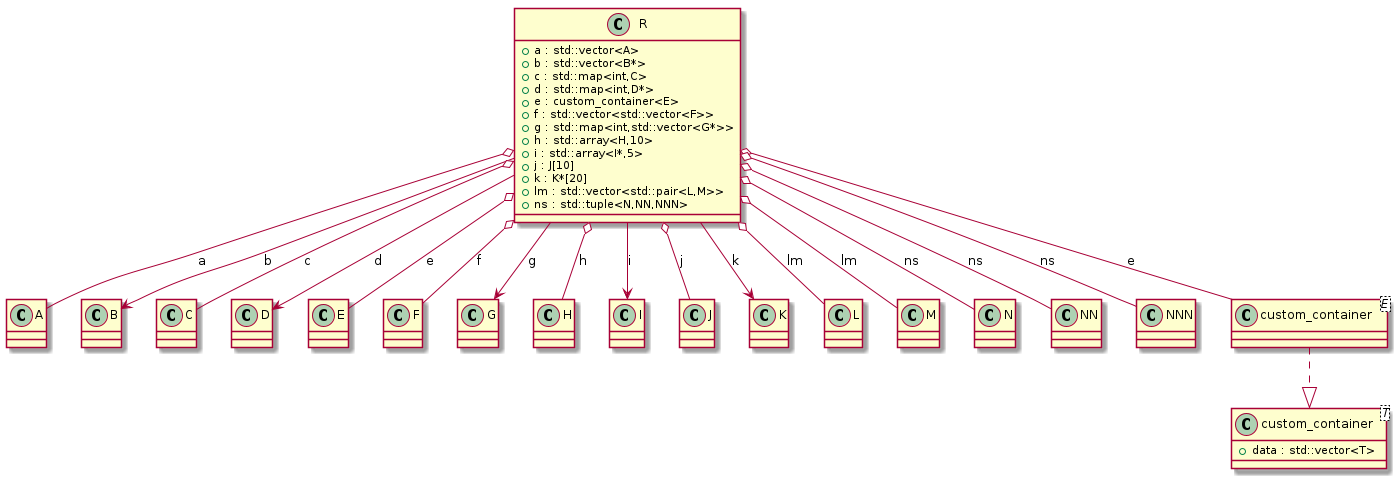
Before: docs/test_cases/t00006_class.png, a diagram exported from PlantUML (bkryza/clang-uml). The source it was exported from:
```plantuml
@startuml
class "A" as C_0000000045

class "B" as C_0000000047

class "C" as C_0000000049

class "D" as C_0000000051

class "E" as C_0000000053

class "F" as C_0000000055

class "G" as C_0000000057

class "H" as C_0000000059

class "I" as C_0000000061

class "J" as C_0000000063

class "K" as C_0000000065

class "L" as C_0000000067

class "M" as C_0000000069

class "N" as C_0000000071

class "NN" as C_0000000073

class "NNN" as C_0000000075

class "custom_container<T>" as C_0000000077

class "custom_container<E>" as C_0000000080

class "R" as C_0000000079

class C_0000000045 {
}

class C_0000000047 {
}

class C_0000000049 {
}

class C_0000000051 {
}

class C_0000000053 {
}

class C_0000000055 {
}

class C_0000000057 {
}

class C_0000000059 {
}

class C_0000000061 {
}

class C_0000000063 {
}

class C_0000000065 {
}

class C_0000000067 {
}

class C_0000000069 {
}

class C_0000000071 {
}

class C_0000000073 {
}

class C_0000000075 {
}

class C_0000000077 {
+data : std::vector<T>
}

class C_0000000080 {
}
C_0000000080 ..|> C_0000000077

class C_0000000079 {
+a : std::vector<A>
+b : std::vector<B*>
+c : std::map<int,C>
+d : std::map<int,D*>
+e : custom_container<E>
+f : std::vector<std::vector<F>>
+g : std::map<int,std::vector<G*>>
+h : std::array<H,10>
+i : std::array<I*,5>
+j : J[10]
+k : K*[20]
+lm : std::vector<std::pair<L,M>>
+ns : std::tuple<N,NN,NNN>
}
C_0000000079 o-- C_0000000045 : a
C_0000000079 --> C_0000000047 : b
C_0000000079 o-- C_0000000049 : c
C_0000000079 --> C_0000000051 : d
C_0000000079 o-- C_0000000080 : e
C_0000000079 o-- C_0000000053 : e
C_0000000079 o-- C_0000000055 : f
C_0000000079 --> C_0000000057 : g
C_0000000079 o-- C_0000000059 : h
C_0000000079 --> C_0000000061 : i
C_0000000079 o-- C_0000000063 : j
C_0000000079 --> C_0000000065 : k
C_0000000079 o-- C_0000000067 : lm
C_0000000079 o-- C_0000000069 : lm
C_0000000079 o-- C_0000000071 : ns
C_0000000079 o-- C_0000000073 : ns
C_0000000079 o-- C_0000000075 : ns

@enduml
```
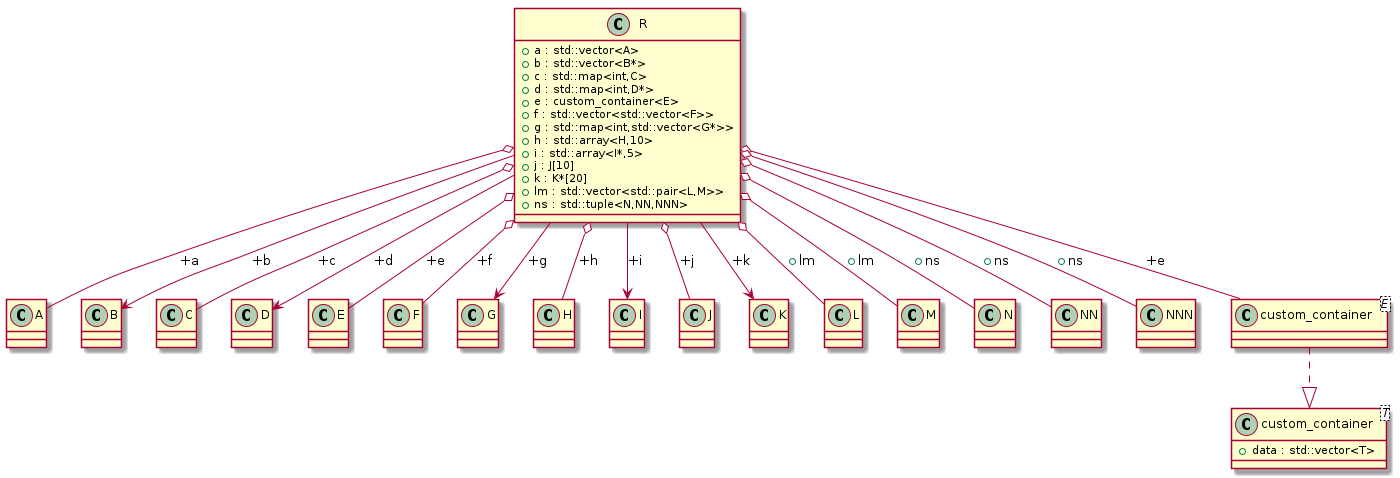
Above is the later version.

What changed in the source:
```diff
@@ -108,22 +108,22 @@
 +lm : std::vector<std::pair<L,M>>
 +ns : std::tuple<N,NN,NNN>
 }
-C_0000000079 o-- C_0000000045 : a
-C_0000000079 --> C_0000000047 : b
-C_0000000079 o-- C_0000000049 : c
-C_0000000079 --> C_0000000051 : d
-C_0000000079 o-- C_0000000080 : e
-C_0000000079 o-- C_0000000053 : e
-C_0000000079 o-- C_0000000055 : f
-C_0000000079 --> C_0000000057 : g
-C_0000000079 o-- C_0000000059 : h
-C_0000000079 --> C_0000000061 : i
-C_0000000079 o-- C_0000000063 : j
-C_0000000079 --> C_0000000065 : k
-C_0000000079 o-- C_0000000067 : lm
-C_0000000079 o-- C_0000000069 : lm
-C_0000000079 o-- C_0000000071 : ns
-C_0000000079 o-- C_0000000073 : ns
-C_0000000079 o-- C_0000000075 : ns
+C_0000000079 o-- C_0000000045 : +a
+C_0000000079 --> C_0000000047 : +b
+C_0000000079 o-- C_0000000049 : +c
+C_0000000079 --> C_0000000051 : +d
+C_0000000079 o-- C_0000000080 : +e
+C_0000000079 o-- C_0000000053 : +e
+C_0000000079 o-- C_0000000055 : +f
+C_0000000079 --> C_0000000057 : +g
+C_0000000079 o-- C_0000000059 : +h
+C_0000000079 --> C_0000000061 : +i
+C_0000000079 o-- C_0000000063 : +j
+C_0000000079 --> C_0000000065 : +k
+C_0000000079 o-- C_0000000067 : +lm
+C_0000000079 o-- C_0000000069 : +lm
+C_0000000079 o-- C_0000000071 : +ns
+C_0000000079 o-- C_0000000073 : +ns
+C_0000000079 o-- C_0000000075 : +ns
 
 @enduml
```
